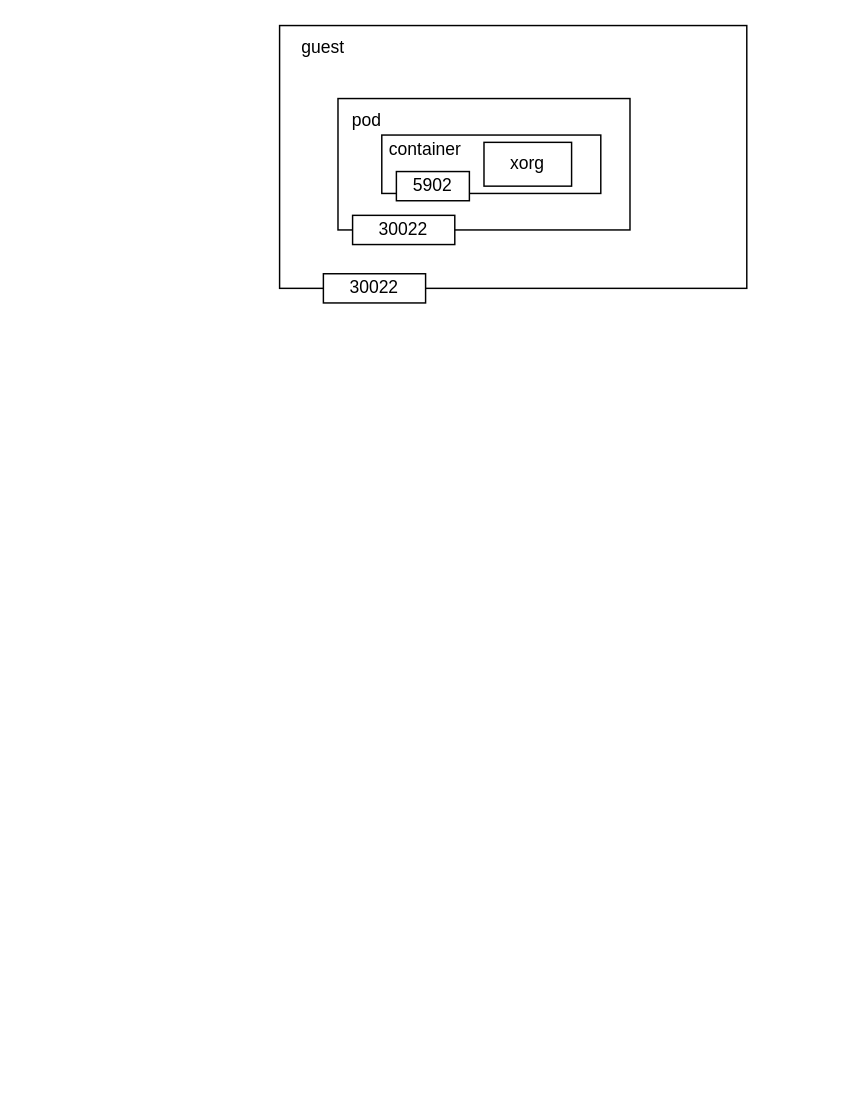
The draw.io diagram page "url path" (9 of 10) of Untitled Diagram.drawio in gaojunhao/diagrams, before the edit. Source tidied: cells renumbered, new cells numbered last; positions are measured from the earlier drawing's top-left corner, leaving out a move shared by most shapes. Both pictures are drawn from the tidied source at 146%, with x=0, y=0 at pixel (279, 25).
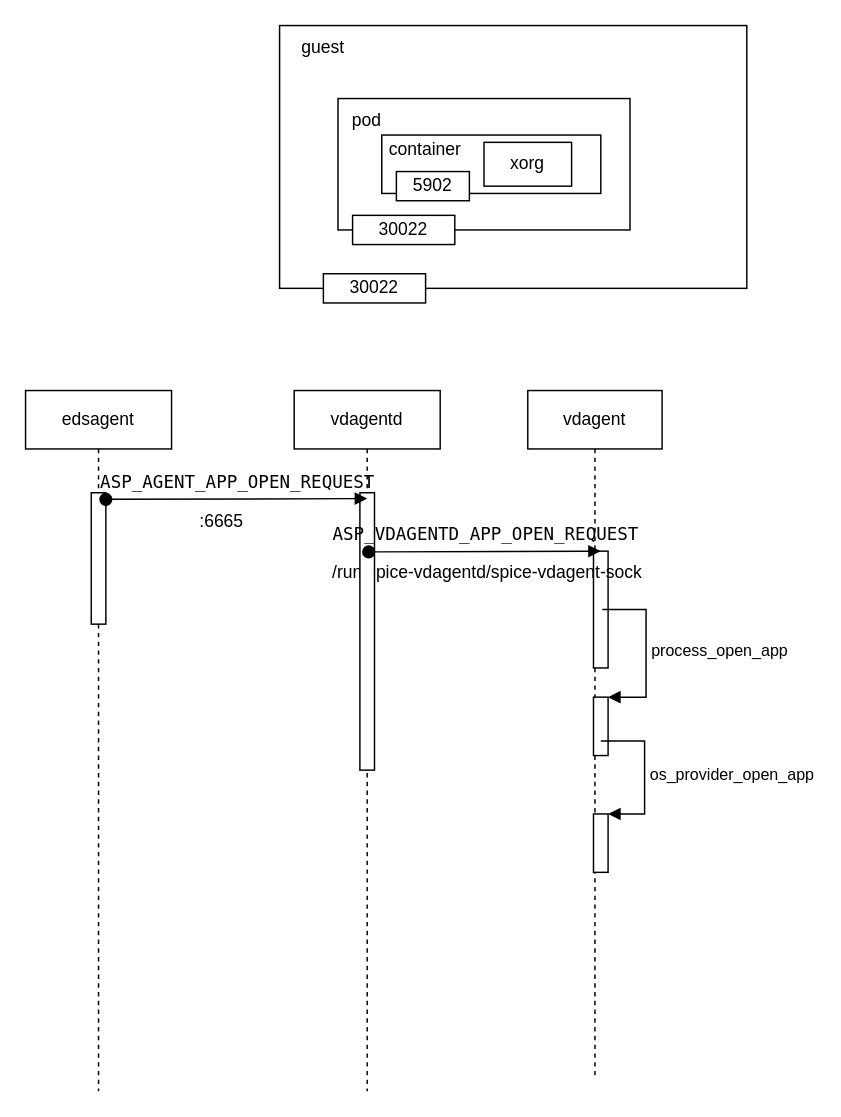
After the change.

The edit, as a diff of the source:
```diff
@@
+    <mxCell id="12" value="edsagent" style="shape=umlLifeline;perimeter=lifelinePerimeter;whiteSpace=wrap;html=1;" parent="1" vertex="1">
+      <mxGeometry x="-174" y="250" width="100" height="480" as="geometry" />
+    </mxCell>
+    <mxCell id="13" style="html=1;points=[];perimeter=orthogonalPerimeter;" parent="12" vertex="1">
+      <mxGeometry x="45" y="70" width="10" height="90" as="geometry" />
+    </mxCell>
+    <mxCell id="14" value="vdagent" style="shape=umlLifeline;perimeter=lifelinePerimeter;whiteSpace=wrap;html=1;" parent="1" vertex="1">
+      <mxGeometry x="170" y="250" width="92" height="470" as="geometry" />
+    </mxCell>
+    <mxCell id="15" style="html=1;perimeter=orthogonalPerimeter;" parent="14" vertex="1">
+      <mxGeometry x="45" y="110" width="10" height="80" as="geometry" />
+    </mxCell>
+    <mxCell id="16" style="html=1;points=[];perimeter=orthogonalPerimeter;" parent="14" vertex="1">
+      <mxGeometry x="45" y="210" width="10" height="40" as="geometry" />
+    </mxCell>
+    <mxCell id="17" value="process_open_app" style="edgeStyle=orthogonalEdgeStyle;html=1;align=left;spacingLeft=2;endArrow=block;rounded=0;entryX=1;entryY=0;" parent="14" edge="1" target="16">
+      <mxGeometry relative="1" as="geometry">
+        <mxPoint x="51" y="150" as="sourcePoint" />
+        <Array as="points">
+          <mxPoint x="81" y="150" />
+        </Array>
+      </mxGeometry>
+    </mxCell>
+    <mxCell id="18" style="html=1;points=[];perimeter=orthogonalPerimeter;" parent="14" vertex="1">
+      <mxGeometry x="45" y="290" width="10" height="40" as="geometry" />
+    </mxCell>
+    <mxCell id="19" value="os_provider_open_app" style="edgeStyle=orthogonalEdgeStyle;html=1;align=left;spacingLeft=2;endArrow=block;rounded=0;entryX=1;entryY=0;" parent="14" edge="1" target="18">
+      <mxGeometry relative="1" as="geometry">
+        <mxPoint x="50" y="240" as="sourcePoint" />
+        <Array as="points">
+          <mxPoint x="80" y="240" />
+        </Array>
+      </mxGeometry>
+    </mxCell>
+    <mxCell id="20" value="&lt;div data-lake_diagram_content_editor_data=&quot;true&quot;&gt;/run/spice-vdagentd/spice-vdagent-sock&lt;/div&gt;" style="text;html=1;align=center;verticalAlign=middle;strokeColor=none;fillColor=none;" parent="14" vertex="1">
+      <mxGeometry x="-148" y="110" width="240" height="30" as="geometry" />
+    </mxCell>
+    <mxCell id="21" value="vdagentd" style="shape=umlLifeline;perimeter=lifelinePerimeter;whiteSpace=wrap;html=1;" parent="1" vertex="1">
+      <mxGeometry x="10" y="250" width="100" height="480" as="geometry" />
+    </mxCell>
+    <mxCell id="22" style="html=1;perimeter=orthogonalPerimeter;" parent="21" vertex="1">
+      <mxGeometry x="45" y="70" width="10" height="190" as="geometry" />
+    </mxCell>
+    <mxCell id="23" value="&lt;div style=&quot;font-family: &amp;quot;menlo&amp;quot; , &amp;quot;monaco&amp;quot; , &amp;quot;courier new&amp;quot; , monospace ; font-size: 12px ; line-height: 18px&quot;&gt;ASP_AGENT_APP_OPEN_REQUEST&lt;/div&gt;" style="html=1;verticalAlign=bottom;startArrow=oval;startFill=1;endArrow=block;startSize=8;rounded=0;labelBackgroundColor=none;fontColor=#000000;strokeColor=#000000;exitX=1;exitY=0.05;exitDx=0;exitDy=0;exitPerimeter=0;" parent="1" edge="1" source="13">
+      <mxGeometry relative="1" as="geometry">
+        <mxPoint x="60" y="324" as="targetPoint" />
+      </mxGeometry>
+    </mxCell>
+    <mxCell id="24" value="&lt;div style=&quot;font-family: &amp;quot;menlo&amp;quot; , &amp;quot;monaco&amp;quot; , &amp;quot;courier new&amp;quot; , monospace ; font-size: 12px ; line-height: 18px&quot;&gt;ASP_VDAGENTD_APP_OPEN_REQUEST&lt;br&gt;&lt;/div&gt;" style="html=1;verticalAlign=bottom;startArrow=oval;startFill=1;endArrow=block;startSize=8;rounded=0;labelBackgroundColor=none;fontColor=#000000;strokeColor=#000000;exitX=1;exitY=0.05;exitDx=0;exitDy=0;exitPerimeter=0;" parent="1" edge="1">
+      <mxGeometry relative="1" as="geometry">
+        <mxPoint x="61" y="360.5" as="sourcePoint" />
+        <mxPoint x="220" y="360" as="targetPoint" />
+      </mxGeometry>
+    </mxCell>
+    <mxCell id="25" value=":6665" style="text;html=1;align=center;verticalAlign=middle;strokeColor=none;fillColor=none;" parent="1" vertex="1">
+      <mxGeometry x="-65" y="325" width="50" height="30" as="geometry" />
+    </mxCell>
```
